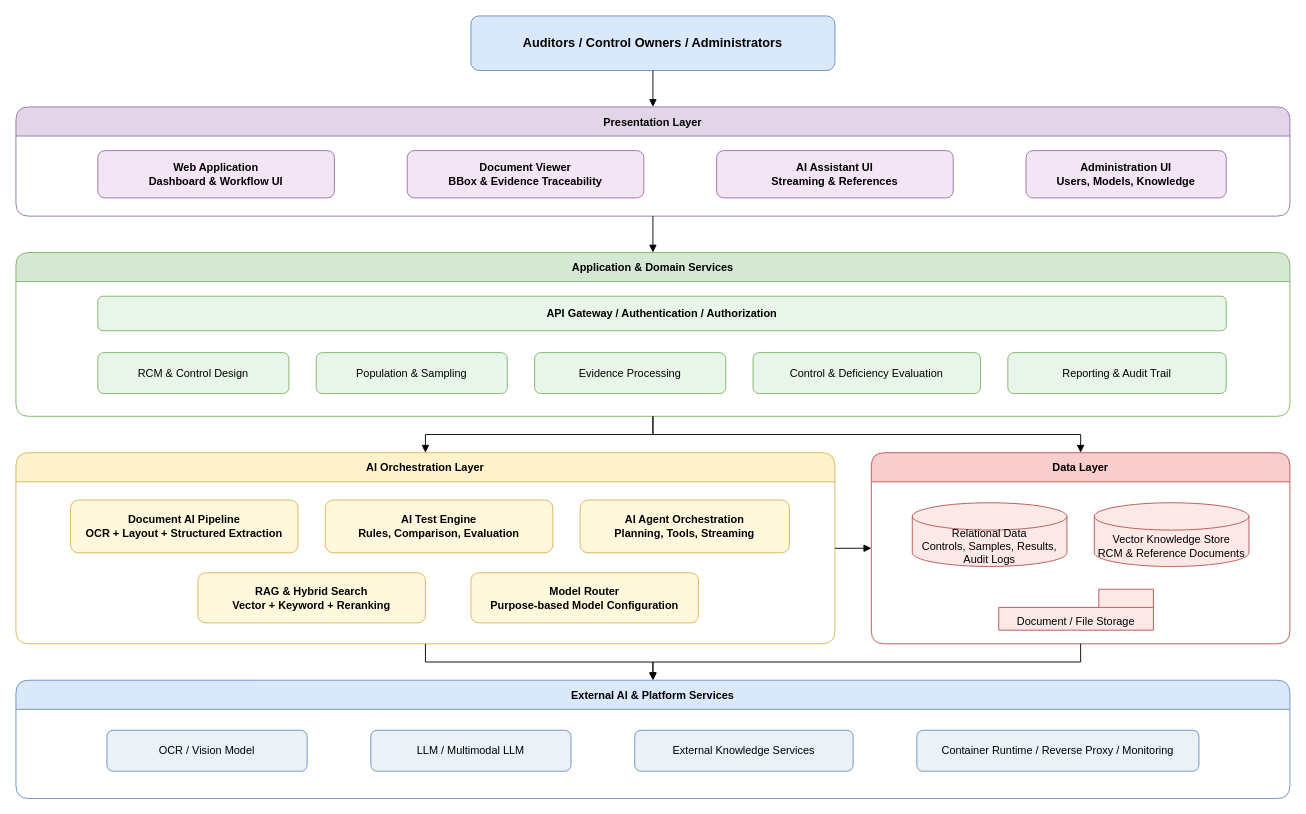
The draw.io diagram assets/images/projects/architecture/ai-sox-general-architecture.drawio in byeong0/byeong0.github.io, before the edit. Source tidied: cells renumbered, new cells numbered last; positions are measured from the earlier drawing's top-left corner, leaving out a move shared by most shapes. Both pictures are drawn from the tidied source at 91%, with x=0, y=0 at pixel (15, 15).
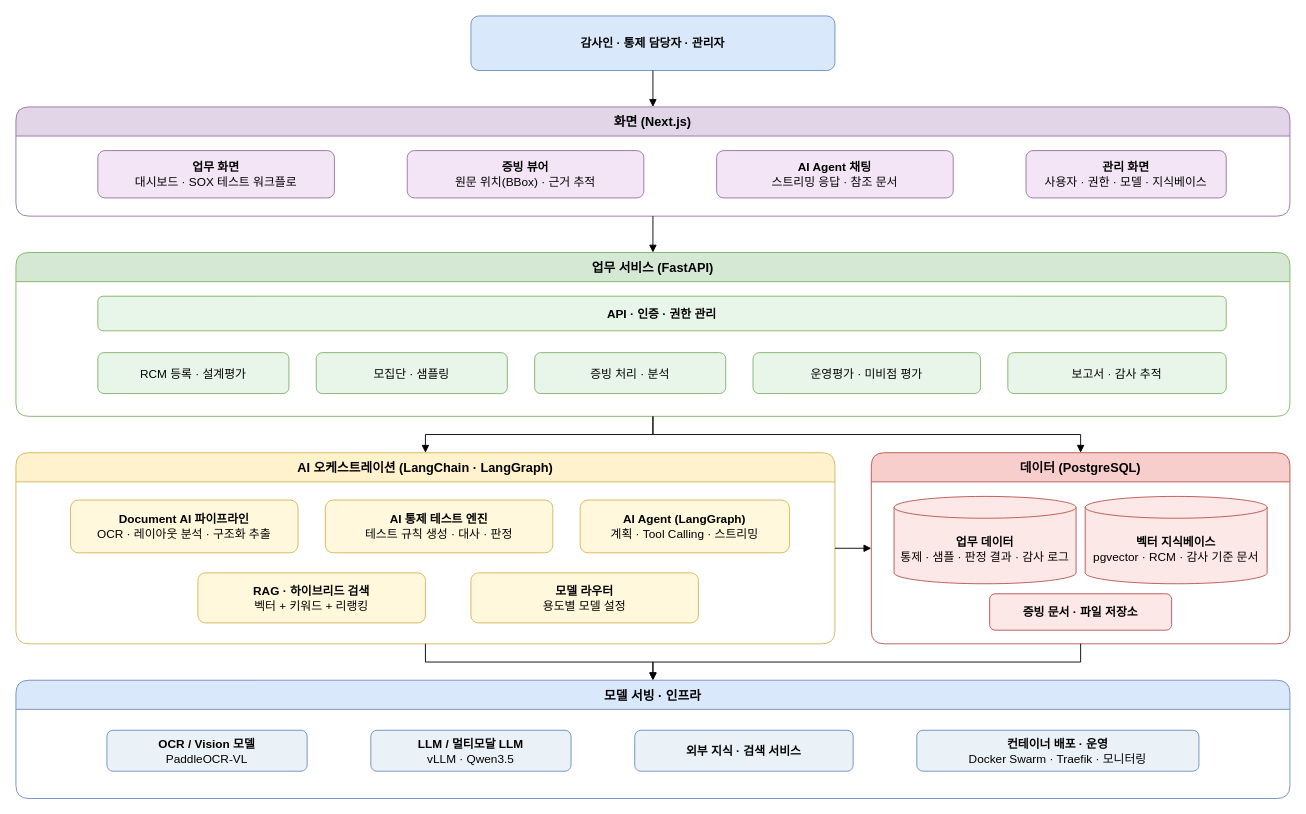
The same diagram, later.

Diff of the diagram source:
```diff
@@
-    <mxCell id="2" value="Auditors / Control Owners / Administrators" style="rounded=1;whiteSpace=wrap;html=1;fillColor=#dae8fc;strokeColor=#6c8ebf;fontStyle=1;fontSize=14;" parent="1" vertex="1">
+    <mxCell id="2" value="&lt;b&gt;감사인 · 통제 담당자 · 관리자&lt;/b&gt;" style="rounded=1;whiteSpace=wrap;html=1;fillColor=#dae8fc;strokeColor=#6c8ebf;fontStyle=0;fontSize=13;" parent="1" vertex="1">
       <mxGeometry x="500" width="400" height="60" as="geometry" />
     </mxCell>
-    <mxCell id="3" value="Presentation Layer" style="swimlane;horizontal=1;startSize=32;rounded=1;fillColor=#e1d5e7;strokeColor=#9673a6;fontStyle=1;" parent="1" vertex="1">
+    <mxCell id="3" value="화면 (Next.js)" style="swimlane;horizontal=1;startSize=32;rounded=1;fillColor=#e1d5e7;strokeColor=#9673a6;fontStyle=1;fontSize=14;" parent="1" vertex="1">
       <mxGeometry y="100" width="1400" height="120" as="geometry" />
     </mxCell>
-    <mxCell id="4" value="Web Application&#10;Dashboard &amp; Workflow UI" style="rounded=1;whiteSpace=wrap;html=1;fillColor=#f3e5f5;strokeColor=#9673a6;fontStyle=1;" parent="3" vertex="1">
+    <mxCell id="4" value="&lt;b&gt;업무 화면&lt;/b&gt;&lt;br&gt;대시보드 · SOX 테스트 워크플로" style="rounded=1;whiteSpace=wrap;html=1;fillColor=#f3e5f5;strokeColor=#9673a6;fontStyle=0;fontSize=13;" parent="3" vertex="1">
       <mxGeometry x="90" y="48" width="260" height="52" as="geometry" />
     </mxCell>
-    <mxCell id="5" value="Document Viewer&#10;BBox &amp; Evidence Traceability" style="rounded=1;whiteSpace=wrap;html=1;fillColor=#f3e5f5;strokeColor=#9673a6;fontStyle=1;" parent="3" vertex="1">
+    <mxCell id="5" value="&lt;b&gt;증빙 뷰어&lt;/b&gt;&lt;br&gt;원문 위치(BBox) · 근거 추적" style="rounded=1;whiteSpace=wrap;html=1;fillColor=#f3e5f5;strokeColor=#9673a6;fontStyle=0;fontSize=13;" parent="3" vertex="1">
       <mxGeometry x="430" y="48" width="260" height="52" as="geometry" />
     </mxCell>
-    <mxCell id="6" value="AI Assistant UI&#10;Streaming &amp; References" style="rounded=1;whiteSpace=wrap;html=1;fillColor=#f3e5f5;strokeColor=#9673a6;fontStyle=1;" parent="3" vertex="1">
+    <mxCell id="6" value="&lt;b&gt;AI Agent 채팅&lt;/b&gt;&lt;br&gt;스트리밍 응답 · 참조 문서" style="rounded=1;whiteSpace=wrap;html=1;fillColor=#f3e5f5;strokeColor=#9673a6;fontStyle=0;fontSize=13;" parent="3" vertex="1">
       <mxGeometry x="770" y="48" width="260" height="52" as="geometry" />
     </mxCell>
-    <mxCell id="7" value="Administration UI&#10;Users, Models, Knowledge" style="rounded=1;whiteSpace=wrap;html=1;fillColor=#f3e5f5;strokeColor=#9673a6;fontStyle=1;" parent="3" vertex="1">
+    <mxCell id="7" value="&lt;b&gt;관리 화면&lt;/b&gt;&lt;br&gt;사용자 · 권한 · 모델 · 지식베이스" style="rounded=1;whiteSpace=wrap;html=1;fillColor=#f3e5f5;strokeColor=#9673a6;fontStyle=0;fontSize=13;" parent="3" vertex="1">
       <mxGeometry x="1110" y="48" width="220" height="52" as="geometry" />
     </mxCell>
-    <mxCell id="8" value="Application &amp; Domain Services" style="swimlane;horizontal=1;startSize=32;rounded=1;fillColor=#d5e8d4;strokeColor=#82b366;fontStyle=1;" parent="1" vertex="1">
+    <mxCell id="8" value="업무 서비스 (FastAPI)" style="swimlane;horizontal=1;startSize=32;rounded=1;fillColor=#d5e8d4;strokeColor=#82b366;fontStyle=1;fontSize=14;" parent="1" vertex="1">
       <mxGeometry y="260" width="1400" height="180" as="geometry" />
     </mxCell>
-    <mxCell id="9" value="API Gateway / Authentication / Authorization" style="rounded=1;whiteSpace=wrap;html=1;fillColor=#e8f5e9;strokeColor=#82b366;fontStyle=1;" parent="8" vertex="1">
+    <mxCell id="9" value="&lt;b&gt;API · 인증 · 권한 관리&lt;/b&gt;" style="rounded=1;whiteSpace=wrap;html=1;fillColor=#e8f5e9;strokeColor=#82b366;fontStyle=0;fontSize=13;" parent="8" vertex="1">
       <mxGeometry x="90" y="48" width="1240" height="38" as="geometry" />
     </mxCell>
-    <mxCell id="10" value="RCM &amp; Control Design" style="rounded=1;whiteSpace=wrap;html=1;fillColor=#e8f5e9;strokeColor=#82b366;" parent="8" vertex="1">
+    <mxCell id="10" value="RCM 등록 · 설계평가" style="rounded=1;whiteSpace=wrap;html=1;fillColor=#e8f5e9;strokeColor=#82b366;fontStyle=0;fontSize=13;" parent="8" vertex="1">
       <mxGeometry x="90" y="110" width="210" height="45" as="geometry" />
     </mxCell>
-    <mxCell id="11" value="Population &amp; Sampling" style="rounded=1;whiteSpace=wrap;html=1;fillColor=#e8f5e9;strokeColor=#82b366;" parent="8" vertex="1">
+    <mxCell id="11" value="모집단 · 샘플링" style="rounded=1;whiteSpace=wrap;html=1;fillColor=#e8f5e9;strokeColor=#82b366;fontStyle=0;fontSize=13;" parent="8" vertex="1">
       <mxGeometry x="330" y="110" width="210" height="45" as="geometry" />
     </mxCell>
-    <mxCell id="12" value="Evidence Processing" style="rounded=1;whiteSpace=wrap;html=1;fillColor=#e8f5e9;strokeColor=#82b366;" parent="8" vertex="1">
+    <mxCell id="12" value="증빙 처리 · 분석" style="rounded=1;whiteSpace=wrap;html=1;fillColor=#e8f5e9;strokeColor=#82b366;fontStyle=0;fontSize=13;" parent="8" vertex="1">
       <mxGeometry x="570" y="110" width="210" height="45" as="geometry" />
     </mxCell>
-    <mxCell id="13" value="Control &amp; Deficiency Evaluation" style="rounded=1;whiteSpace=wrap;html=1;fillColor=#e8f5e9;strokeColor=#82b366;" parent="8" vertex="1">
+    <mxCell id="13" value="운영평가 · 미비점 평가" style="rounded=1;whiteSpace=wrap;html=1;fillColor=#e8f5e9;strokeColor=#82b366;fontStyle=0;fontSize=13;" parent="8" vertex="1">
       <mxGeometry x="810" y="110" width="250" height="45" as="geometry" />
     </mxCell>
-    <mxCell id="14" value="Reporting &amp; Audit Trail" style="rounded=1;whiteSpace=wrap;html=1;fillColor=#e8f5e9;strokeColor=#82b366;" parent="8" vertex="1">
+    <mxCell id="14" value="보고서 · 감사 추적" style="rounded=1;whiteSpace=wrap;html=1;fillColor=#e8f5e9;strokeColor=#82b366;fontStyle=0;fontSize=13;" parent="8" vertex="1">
       <mxGeometry x="1090" y="110" width="240" height="45" as="geometry" />
     </mxCell>
-    <mxCell id="15" value="AI Orchestration Layer" style="swimlane;horizontal=1;startSize=32;rounded=1;fillColor=#fff2cc;strokeColor=#d6b656;fontStyle=1;" parent="1" vertex="1">
+    <mxCell id="15" value="AI 오케스트레이션 (LangChain · LangGraph)" style="swimlane;horizontal=1;startSize=32;rounded=1;fillColor=#fff2cc;strokeColor=#d6b656;fontStyle=1;fontSize=14;" parent="1" vertex="1">
       <mxGeometry y="480" width="900" height="210" as="geometry" />
     </mxCell>
-    <mxCell id="16" value="Document AI Pipeline&#10;OCR + Layout + Structured Extraction" style="rounded=1;whiteSpace=wrap;html=1;fillColor=#fff8dc;strokeColor=#d6b656;fontStyle=1;" parent="15" vertex="1">
+    <mxCell id="16" value="&lt;b&gt;Document AI 파이프라인&lt;/b&gt;&lt;br&gt;OCR · 레이아웃 분석 · 구조화 추출" style="rounded=1;whiteSpace=wrap;html=1;fillColor=#fff8dc;strokeColor=#d6b656;fontStyle=0;fontSize=13;" parent="15" vertex="1">
       <mxGeometry x="60" y="52" width="250" height="58" as="geometry" />
     </mxCell>
-    <mxCell id="17" value="AI Test Engine&#10;Rules, Comparison, Evaluation" style="rounded=1;whiteSpace=wrap;html=1;fillColor=#fff8dc;strokeColor=#d6b656;fontStyle=1;" parent="15" vertex="1">
+    <mxCell id="17" value="&lt;b&gt;AI 통제 테스트 엔진&lt;/b&gt;&lt;br&gt;테스트 규칙 생성 · 대사 · 판정" style="rounded=1;whiteSpace=wrap;html=1;fillColor=#fff8dc;strokeColor=#d6b656;fontStyle=0;fontSize=13;" parent="15" vertex="1">
       <mxGeometry x="340" y="52" width="250" height="58" as="geometry" />
     </mxCell>
-    <mxCell id="18" value="AI Agent Orchestration&#10;Planning, Tools, Streaming" style="rounded=1;whiteSpace=wrap;html=1;fillColor=#fff8dc;strokeColor=#d6b656;fontStyle=1;" parent="15" vertex="1">
+    <mxCell id="18" value="&lt;b&gt;AI Agent (LangGraph)&lt;/b&gt;&lt;br&gt;계획 · Tool Calling · 스트리밍" style="rounded=1;whiteSpace=wrap;html=1;fillColor=#fff8dc;strokeColor=#d6b656;fontStyle=0;fontSize=13;" parent="15" vertex="1">
       <mxGeometry x="620" y="52" width="230" height="58" as="geometry" />
     </mxCell>
-    <mxCell id="19" value="RAG &amp; Hybrid Search&#10;Vector + Keyword + Reranking" style="rounded=1;whiteSpace=wrap;html=1;fillColor=#fff8dc;strokeColor=#d6b656;fontStyle=1;" parent="15" vertex="1">
+    <mxCell id="19" value="&lt;b&gt;RAG · 하이브리드 검색&lt;/b&gt;&lt;br&gt;벡터 + 키워드 + 리랭킹" style="rounded=1;whiteSpace=wrap;html=1;fillColor=#fff8dc;strokeColor=#d6b656;fontStyle=0;fontSize=13;" parent="15" vertex="1">
       <mxGeometry x="200" y="132" width="250" height="55" as="geometry" />
     </mxCell>
-    <mxCell id="20" value="Model Router&#10;Purpose-based Model Configuration" style="rounded=1;whiteSpace=wrap;html=1;fillColor=#fff8dc;strokeColor=#d6b656;fontStyle=1;" parent="15" vertex="1">
+    <mxCell id="20" value="&lt;b&gt;모델 라우터&lt;/b&gt;&lt;br&gt;용도별 모델 설정" style="rounded=1;whiteSpace=wrap;html=1;fillColor=#fff8dc;strokeColor=#d6b656;fontStyle=0;fontSize=13;" parent="15" vertex="1">
       <mxGeometry x="500" y="132" width="250" height="55" as="geometry" />
     </mxCell>
-    <mxCell id="21" value="Data Layer" style="swimlane;horizontal=1;startSize=32;rounded=1;fillColor=#f8cecc;strokeColor=#b85450;fontStyle=1;" parent="1" vertex="1">
+    <mxCell id="21" value="데이터 (PostgreSQL)" style="swimlane;horizontal=1;startSize=32;rounded=1;fillColor=#f8cecc;strokeColor=#b85450;fontStyle=1;fontSize=14;" parent="1" vertex="1">
       <mxGeometry x="940" y="480" width="460" height="210" as="geometry" />
     </mxCell>
-    <mxCell id="22" value="Relational Data&#10;Controls, Samples, Results, Audit Logs" style="shape=cylinder3;whiteSpace=wrap;html=1;boundedLbl=1;backgroundOutline=1;fillColor=#fce8e6;strokeColor=#b85450;" parent="21" vertex="1">
-      <mxGeometry x="45" y="55" width="170" height="70" as="geometry" />
+    <mxCell id="22" value="&lt;b&gt;업무 데이터&lt;/b&gt;&lt;br&gt;통제 · 샘플 · 판정 결과 · 감사 로그" style="shape=cylinder3;whiteSpace=wrap;html=1;boundedLbl=1;backgroundOutline=1;fillColor=#fce8e6;strokeColor=#b85450;fontStyle=0;fontSize=13;size=12;" parent="21" vertex="1">
+      <mxGeometry x="25" y="48" width="200" height="96" as="geometry" />
     </mxCell>
-    <mxCell id="23" value="Vector Knowledge Store&#10;RCM &amp; Reference Documents" style="shape=cylinder3;whiteSpace=wrap;html=1;boundedLbl=1;backgroundOutline=1;fillColor=#fce8e6;strokeColor=#b85450;" parent="21" vertex="1">
-      <mxGeometry x="245" y="55" width="170" height="70" as="geometry" />
+    <mxCell id="23" value="&lt;b&gt;벡터 지식베이스&lt;/b&gt;&lt;br&gt;pgvector · RCM · 감사 기준 문서" style="shape=cylinder3;whiteSpace=wrap;html=1;boundedLbl=1;backgroundOutline=1;fillColor=#fce8e6;strokeColor=#b85450;fontStyle=0;fontSize=13;size=12;" parent="21" vertex="1">
+      <mxGeometry x="235" y="48" width="200" height="96" as="geometry" />
     </mxCell>
-    <mxCell id="24" value="Document / File Storage" style="shape=folder;whiteSpace=wrap;html=1;fillColor=#fce8e6;strokeColor=#b85450;verticalAlign=bottom;" parent="21" vertex="1">
-      <mxGeometry x="140" y="150" width="170" height="45" as="geometry" />
+    <mxCell id="24" value="&lt;b&gt;증빙 문서 · 파일 저장소&lt;/b&gt;" style="rounded=1;whiteSpace=wrap;html=1;fillColor=#fce8e6;strokeColor=#b85450;fontStyle=0;fontSize=13;" parent="21" vertex="1">
+      <mxGeometry x="130" y="155" width="200" height="40" as="geometry" />
     </mxCell>
-    <mxCell id="25" value="External AI &amp; Platform Services" style="swimlane;horizontal=1;startSize=32;rounded=1;fillColor=#dae8fc;strokeColor=#6c8ebf;fontStyle=1;" parent="1" vertex="1">
+    <mxCell id="25" value="모델 서빙 · 인프라" style="swimlane;horizontal=1;startSize=32;rounded=1;fillColor=#dae8fc;strokeColor=#6c8ebf;fontStyle=1;fontSize=14;" parent="1" vertex="1">
       <mxGeometry y="730" width="1400" height="130" as="geometry" />
     </mxCell>
-    <mxCell id="26" value="OCR / Vision Model" style="rounded=1;whiteSpace=wrap;html=1;fillColor=#eaf2f8;strokeColor=#6c8ebf;" parent="25" vertex="1">
+    <mxCell id="26" value="&lt;b&gt;OCR / Vision 모델&lt;/b&gt;&lt;br&gt;PaddleOCR-VL" style="rounded=1;whiteSpace=wrap;html=1;fillColor=#eaf2f8;strokeColor=#6c8ebf;fontStyle=0;fontSize=13;" parent="25" vertex="1">
       <mxGeometry x="100" y="55" width="220" height="45" as="geometry" />
     </mxCell>
-    <mxCell id="27" value="LLM / Multimodal LLM" style="rounded=1;whiteSpace=wrap;html=1;fillColor=#eaf2f8;strokeColor=#6c8ebf;" parent="25" vertex="1">
+    <mxCell id="27" value="&lt;b&gt;LLM / 멀티모달 LLM&lt;/b&gt;&lt;br&gt;vLLM · Qwen3.5" style="rounded=1;whiteSpace=wrap;html=1;fillColor=#eaf2f8;strokeColor=#6c8ebf;fontStyle=0;fontSize=13;" parent="25" vertex="1">
       <mxGeometry x="390" y="55" width="220" height="45" as="geometry" />
     </mxCell>
-    <mxCell id="28" value="External Knowledge Services" style="rounded=1;whiteSpace=wrap;html=1;fillColor=#eaf2f8;strokeColor=#6c8ebf;" parent="25" vertex="1">
+    <mxCell id="28" value="&lt;b&gt;외부 지식 · 검색 서비스&lt;/b&gt;" style="rounded=1;whiteSpace=wrap;html=1;fillColor=#eaf2f8;strokeColor=#6c8ebf;fontStyle=0;fontSize=13;" parent="25" vertex="1">
       <mxGeometry x="680" y="55" width="240" height="45" as="geometry" />
     </mxCell>
-    <mxCell id="29" value="Container Runtime / Reverse Proxy / Monitoring" style="rounded=1;whiteSpace=wrap;html=1;fillColor=#eaf2f8;strokeColor=#6c8ebf;" parent="25" vertex="1">
+    <mxCell id="29" value="&lt;b&gt;컨테이너 배포 · 운영&lt;/b&gt;&lt;br&gt;Docker Swarm · Traefik · 모니터링" style="rounded=1;whiteSpace=wrap;html=1;fillColor=#eaf2f8;strokeColor=#6c8ebf;fontStyle=0;fontSize=13;" parent="25" vertex="1">
       <mxGeometry x="990" y="55" width="310" height="45" as="geometry" />
     </mxCell>
```
